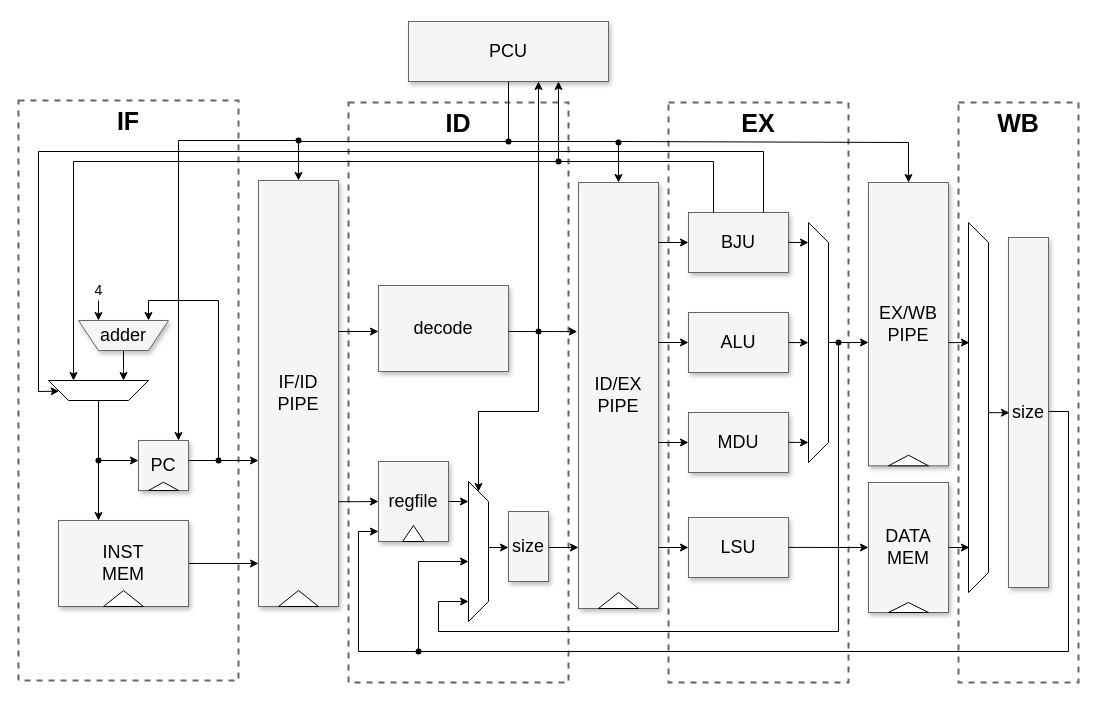
chms7/k423 keeps this draw.io diagram as doc/.assets/k423.drawio. Above is the earlier version. Source tidied: cells renumbered, new cells numbered last; positions are measured from the earlier drawing's top-left corner, leaving out a move shared by most shapes. Both pictures are drawn from the tidied source at 100%, with x=0, y=0 at pixel (18, 21).
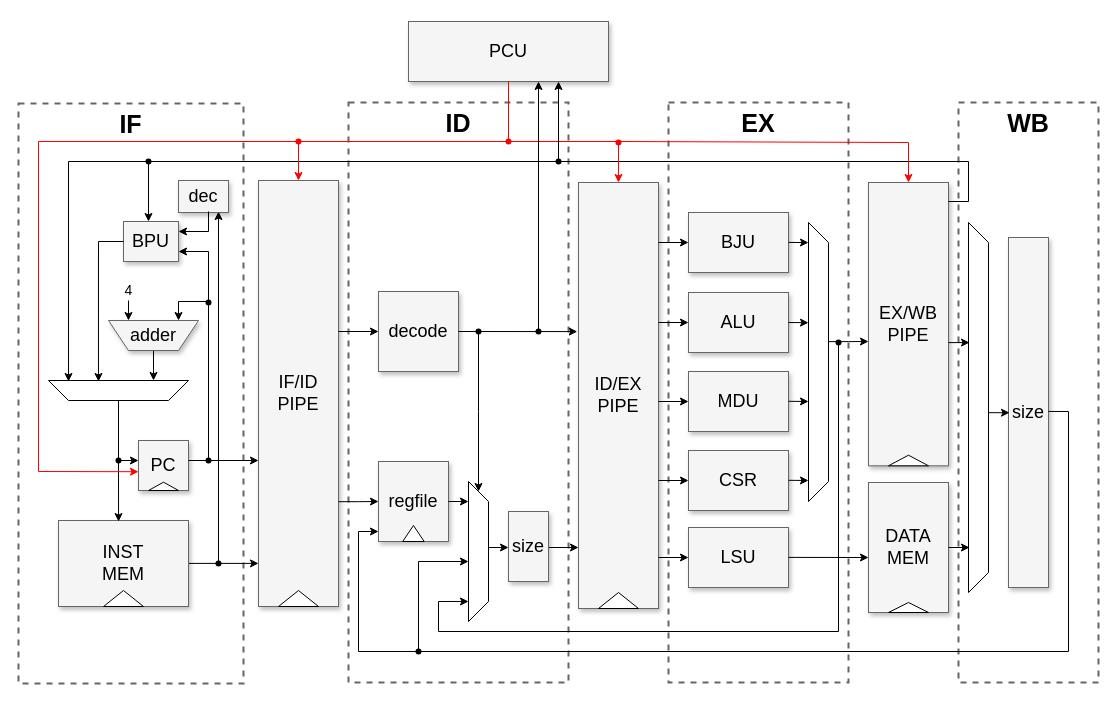
The same page after the edit.

The change refers to these unchanged cells:
```xml
<mxCell id="7" value="PC&lt;br&gt;" style="whiteSpace=wrap;html=1;shadow=1;fontSize=18;fillColor=#f5f5f5;strokeColor=#666666;" parent="6" vertex="1">
  <mxGeometry width="50" height="50" as="geometry" />
</mxCell>
<mxCell id="10" value="ID/EX&lt;br&gt;PIPE" style="whiteSpace=wrap;html=1;shadow=1;fontSize=18;fillColor=#f5f5f5;strokeColor=#666666;" parent="9" vertex="1">
  <mxGeometry width="80" height="426" as="geometry" />
</mxCell>
<mxCell id="13" value="IF/ID&lt;br&gt;PIPE" style="whiteSpace=wrap;html=1;shadow=1;fontSize=18;fillColor=#f5f5f5;strokeColor=#666666;" parent="12" vertex="1">
  <mxGeometry width="80" height="426" as="geometry" />
</mxCell>
<mxCell id="16" value="INST&lt;br&gt;MEM" style="whiteSpace=wrap;html=1;shadow=1;fontSize=18;fillColor=#f5f5f5;strokeColor=#666666;" parent="1" vertex="1">
  <mxGeometry x="40" y="499" width="130" height="86" as="geometry" />
</mxCell>
<mxCell id="31" style="shape=trapezoid;perimeter=trapezoidPerimeter;whiteSpace=wrap;html=1;fixedSize=1;fontSize=12;fillColor=default;strokeColor=default;shadow=0;direction=south;" parent="1" vertex="1">
  <mxGeometry x="450" y="460" width="20" height="140" as="geometry" />
</mxCell>
<mxCell id="35" value="BJU" style="whiteSpace=wrap;html=1;shadow=1;fontSize=18;fillColor=#f5f5f5;strokeColor=#666666;" parent="1" vertex="1">
  <mxGeometry x="670" y="191" width="100" height="60" as="geometry" />
</mxCell>
<mxCell id="43" value="PCU" style="whiteSpace=wrap;html=1;shadow=1;fontSize=18;fillColor=#f5f5f5;strokeColor=#666666;" parent="1" vertex="1">
  <mxGeometry x="390" width="200" height="60" as="geometry" />
</mxCell>
<mxCell id="46" value="DATA&lt;br&gt;MEM" style="whiteSpace=wrap;html=1;shadow=1;fontSize=18;fillColor=#f5f5f5;strokeColor=#666666;" parent="45" vertex="1">
  <mxGeometry width="80" height="130" as="geometry" />
</mxCell>
<mxCell id="49" value="EX/WB&lt;br&gt;PIPE" style="whiteSpace=wrap;html=1;shadow=1;fontSize=18;fillColor=#f5f5f5;strokeColor=#666666;" parent="48" vertex="1">
  <mxGeometry width="80" height="283.3" as="geometry" />
</mxCell>
<mxCell id="80" style="shape=waypoint;sketch=0;fillStyle=solid;size=6;points=[];fillColor=none;perimeter=centerPerimeter;snapToPoint=1;" parent="1" vertex="1">
  <mxGeometry x="510" y="300" width="20" height="20" as="geometry" />
</mxCell>
```

Change to the diagram source:
```diff
@@
     <mxCell id="2" value="&lt;b style=&quot;font-size: 25px;&quot;&gt;WB&lt;br&gt;&lt;br&gt;&lt;br&gt;&lt;br&gt;&lt;br&gt;&lt;br&gt;&lt;br&gt;&lt;br&gt;&lt;br&gt;&lt;br&gt;&lt;br&gt;&lt;br&gt;&lt;br&gt;&lt;br&gt;&lt;br&gt;&lt;br&gt;&lt;br&gt;&lt;br&gt;&lt;br&gt;&lt;/b&gt;" style="whiteSpace=wrap;html=1;shadow=0;fontSize=20;fillColor=none;strokeColor=#666666;strokeWidth=2;dashed=1;" parent="1" vertex="1">
-      <mxGeometry x="940" y="81" width="120" height="580" as="geometry" />
+      <mxGeometry x="940" y="81" width="140" height="580" as="geometry" />
     </mxCell>
@@
     <mxCell id="5" value="&lt;b style=&quot;font-size: 25px;&quot;&gt;IF&lt;br&gt;&lt;br&gt;&lt;br&gt;&lt;br&gt;&lt;br&gt;&lt;br&gt;&lt;br&gt;&lt;br&gt;&lt;br&gt;&lt;br&gt;&lt;br&gt;&lt;br&gt;&lt;br&gt;&lt;br&gt;&lt;br&gt;&lt;br&gt;&lt;br&gt;&lt;br&gt;&lt;br&gt;&lt;/b&gt;" style="whiteSpace=wrap;html=1;shadow=0;fontSize=20;fillColor=none;strokeColor=#666666;strokeWidth=2;dashed=1;" parent="1" vertex="1">
-      <mxGeometry y="79" width="220" height="580" as="geometry" />
+      <mxGeometry y="82" width="225" height="580" as="geometry" />
     </mxCell>
@@
-    <mxCell id="15" style="edgeStyle=orthogonalEdgeStyle;rounded=0;jettySize=auto;html=1;entryX=0;entryY=0.899;entryDx=0;entryDy=0;entryPerimeter=0;" parent="1" edge="1" source="16" target="13">
-      <mxGeometry relative="1" as="geometry" />
+    <mxCell id="15" style="edgeStyle=orthogonalEdgeStyle;rounded=0;orthogonalLoop=1;jettySize=auto;html=1;entryX=0;entryY=0.899;entryDx=0;entryDy=0;entryPerimeter=0;" parent="1" edge="1">
+      <mxGeometry relative="1" as="geometry">
+        <mxPoint x="170" y="541.9" as="sourcePoint" />
+        <mxPoint x="240" y="541.9" as="targetPoint" />
+      </mxGeometry>
     </mxCell>
@@
-    <mxCell id="17" style="edgeStyle=orthogonalEdgeStyle;rounded=0;jettySize=auto;html=1;" parent="1" edge="1" source="18">
-      <mxGeometry relative="1" as="geometry">
-        <mxPoint x="80" y="499" as="targetPoint" />
-      </mxGeometry>
+    <mxCell id="17" style="edgeStyle=orthogonalEdgeStyle;rounded=0;jettySize=auto;html=1;entryX=0.462;entryY=0.012;entryDx=0;entryDy=0;entryPerimeter=0;" parent="1" edge="1" source="18" target="16">
+      <mxGeometry relative="1" as="geometry" />
     </mxCell>
     <mxCell id="18" style="shape=trapezoid;perimeter=trapezoidPerimeter;whiteSpace=wrap;html=1;fixedSize=1;fontSize=12;fillColor=default;strokeColor=default;shadow=0;direction=west;" parent="1" vertex="1">
-      <mxGeometry x="30" y="359" width="100" height="20" as="geometry" />
+      <mxGeometry x="30" y="359" width="140" height="20" as="geometry" />
     </mxCell>
     <mxCell id="19" style="edgeStyle=orthogonalEdgeStyle;rounded=0;jettySize=auto;html=1;entryX=0.15;entryY=1;entryDx=0;entryDy=0;entryPerimeter=0;" parent="1" edge="1" source="20">
       <mxGeometry relative="1" as="geometry">
-        <mxPoint x="105" y="359" as="targetPoint" />
+        <mxPoint x="135" y="359" as="targetPoint" />
       </mxGeometry>
     </mxCell>
     <mxCell id="20" value="adder" style="shape=trapezoid;perimeter=trapezoidPerimeter;whiteSpace=wrap;html=1;fixedSize=1;fontSize=18;fillColor=#f5f5f5;strokeColor=#666666;shadow=1;direction=west;" parent="1" vertex="1">
-      <mxGeometry x="60" y="299" width="90" height="30" as="geometry" />
+      <mxGeometry x="90" y="299" width="90" height="30" as="geometry" />
     </mxCell>
     <mxCell id="21" style="endArrow=classic;html=1;rounded=0;entryX=0;entryY=0.4;entryDx=0;entryDy=0;entryPerimeter=0;" parent="1" edge="1" target="7">
       <mxGeometry relative="1" as="geometry">
-        <mxPoint x="80" y="439" as="sourcePoint" />
+        <mxPoint x="100" y="439" as="sourcePoint" />
       </mxGeometry>
     </mxCell>
@@
-    <mxCell id="23" style="shape=waypoint;sketch=0;fillStyle=solid;size=6;fillColor=none;perimeter=centerPerimeter;" parent="1" vertex="1">
-      <mxGeometry x="70" y="429" width="20" height="20" as="geometry" />
-    </mxCell>
-    <mxCell id="24" style="endArrow=classic;html=1;rounded=0;entryX=0.222;entryY=1;entryDx=0;entryDy=0;entryPerimeter=0;" parent="1" edge="1" target="20">
+    <mxCell id="24" style="endArrow=classic;html=1;rounded=0;entryX=0.222;entryY=1;entryDx=0;entryDy=0;entryPerimeter=0;exitX=-0.238;exitY=1.291;exitDx=0;exitDy=0;exitPerimeter=0;" parent="1" edge="1" source="85" target="20">
       <mxGeometry relative="1" as="geometry">
-        <mxPoint x="200" y="439" as="sourcePoint" />
         <Array as="points">
-          <mxPoint x="200" y="279" />
-          <mxPoint x="130" y="279" />
+          <mxPoint x="190" y="280" />
+          <mxPoint x="160" y="280" />
         </Array>
       </mxGeometry>
     </mxCell>
     <mxCell id="25" style="endArrow=classic;html=1;rounded=0;entryX=0.778;entryY=1;entryDx=0;entryDy=0;entryPerimeter=0;" parent="1" edge="1" target="20">
       <mxGeometry relative="1" as="geometry">
-        <mxPoint x="80" y="279" as="sourcePoint" />
+        <mxPoint x="110" y="279" as="sourcePoint" />
       </mxGeometry>
     </mxCell>
@@
     <mxCell id="27" value="decode" style="whiteSpace=wrap;html=1;shadow=1;fontSize=18;fillColor=#f5f5f5;strokeColor=#666666;" parent="1" vertex="1">
-      <mxGeometry x="360" y="264" width="130" height="86" as="geometry" />
+      <mxGeometry x="360" y="270" width="80" height="80" as="geometry" />
     </mxCell>
@@
-    <mxCell id="34" style="endArrow=classic;html=1;rounded=0;entryX=-0.015;entryY=0.35;entryDx=0;entryDy=0;entryPerimeter=0;" parent="1" edge="1" target="10">
-      <mxGeometry relative="1" as="geometry">
-        <mxPoint x="490" y="310" as="sourcePoint" />
-      </mxGeometry>
+    <mxCell id="34" style="endArrow=classic;html=1;rounded=0;entryX=-0.015;entryY=0.35;entryDx=0;entryDy=0;entryPerimeter=0;exitX=1;exitY=0.5;exitDx=0;exitDy=0;" parent="1" edge="1" source="27" target="10">
+      <mxGeometry relative="1" as="geometry" />
     </mxCell>
@@
     <mxCell id="37" value="ALU" style="whiteSpace=wrap;html=1;shadow=1;fontSize=18;fillColor=#f5f5f5;strokeColor=#666666;" parent="1" vertex="1">
-      <mxGeometry x="670" y="291" width="100" height="60" as="geometry" />
+      <mxGeometry x="670" y="271" width="100" height="60" as="geometry" />
     </mxCell>
     <mxCell id="38" style="endArrow=classic;html=1;rounded=0;entryX=0;entryY=0.5;entryDx=0;entryDy=0;" parent="1" edge="1" target="37">
       <mxGeometry relative="1" as="geometry">
-        <mxPoint x="640" y="321" as="sourcePoint" />
+        <mxPoint x="640" y="301" as="sourcePoint" />
       </mxGeometry>
     </mxCell>
     <mxCell id="39" value="MDU" style="whiteSpace=wrap;html=1;shadow=1;fontSize=18;fillColor=#f5f5f5;strokeColor=#666666;" parent="1" vertex="1">
-      <mxGeometry x="670" y="391" width="100" height="60" as="geometry" />
+      <mxGeometry x="670" y="350" width="100" height="60" as="geometry" />
     </mxCell>
     <mxCell id="40" style="endArrow=classic;html=1;rounded=0;entryX=0;entryY=0.5;entryDx=0;entryDy=0;" parent="1" edge="1" target="39">
       <mxGeometry relative="1" as="geometry">
-        <mxPoint x="640" y="421" as="sourcePoint" />
+        <mxPoint x="640" y="380" as="sourcePoint" />
       </mxGeometry>
     </mxCell>
     <mxCell id="41" value="LSU" style="whiteSpace=wrap;html=1;shadow=1;fontSize=18;fillColor=#f5f5f5;strokeColor=#666666;" parent="1" vertex="1">
-      <mxGeometry x="670" y="496" width="100" height="60" as="geometry" />
+      <mxGeometry x="670" y="506" width="100" height="60" as="geometry" />
     </mxCell>
     <mxCell id="42" style="endArrow=classic;html=1;rounded=0;entryX=0;entryY=0.5;entryDx=0;entryDy=0;" parent="1" edge="1" target="41">
       <mxGeometry relative="1" as="geometry">
-        <mxPoint x="640" y="526" as="sourcePoint" />
+        <mxPoint x="640" y="536" as="sourcePoint" />
       </mxGeometry>
     </mxCell>
@@
-    <mxCell id="51" style="endArrow=classic;html=1;rounded=0;entryX=0;entryY=0.5;entryDx=0;entryDy=0;" parent="1" edge="1" target="46">
+    <mxCell id="51" style="endArrow=classic;html=1;rounded=0;entryX=0;entryY=0.5;entryDx=0;entryDy=0;" parent="1" edge="1">
       <mxGeometry relative="1" as="geometry">
-        <mxPoint x="770" y="525.9" as="sourcePoint" />
+        <mxPoint x="770" y="535.9" as="sourcePoint" />
+        <mxPoint x="850" y="536" as="targetPoint" />
       </mxGeometry>
     </mxCell>
-    <mxCell id="52" style="edgeStyle=orthogonalEdgeStyle;rounded=0;jettySize=auto;html=1;entryX=0;entryY=0.565;entryDx=0;entryDy=0;entryPerimeter=0;" parent="1" edge="1" source="53" target="49">
-      <mxGeometry relative="1" as="geometry" />
+    <mxCell id="52" style="edgeStyle=orthogonalEdgeStyle;rounded=0;jettySize=auto;html=1;exitX=0.427;exitY=0;exitDx=0;exitDy=0;exitPerimeter=0;" parent="1" edge="1" source="53">
+      <mxGeometry relative="1" as="geometry">
+        <mxPoint x="850" y="320" as="targetPoint" />
+      </mxGeometry>
     </mxCell>
     <mxCell id="53" style="shape=trapezoid;perimeter=trapezoidPerimeter;whiteSpace=wrap;html=1;fixedSize=1;fontSize=12;fillColor=default;strokeColor=default;shadow=0;direction=south;" parent="1" vertex="1">
-      <mxGeometry x="790" y="201" width="20" height="240" as="geometry" />
+      <mxGeometry x="790" y="201" width="20" height="279" as="geometry" />
     </mxCell>
     <mxCell id="54" style="endArrow=classic;html=1;rounded=0;" parent="1" edge="1">
       <mxGeometry relative="1" as="geometry">
-        <mxPoint x="770" y="420.8" as="sourcePoint" />
-        <mxPoint x="790" y="421" as="targetPoint" />
+        <mxPoint x="770" y="379.8" as="sourcePoint" />
+        <mxPoint x="790" y="380" as="targetPoint" />
       </mxGeometry>
     </mxCell>
     <mxCell id="55" style="endArrow=classic;html=1;rounded=0;" parent="1" edge="1">
       <mxGeometry relative="1" as="geometry">
-        <mxPoint x="770" y="321" as="sourcePoint" />
-        <mxPoint x="790" y="321.2" as="targetPoint" />
+        <mxPoint x="770" y="301" as="sourcePoint" />
+        <mxPoint x="790" y="301.2" as="targetPoint" />
       </mxGeometry>
     </mxCell>
@@
-    <mxCell id="58" style="endArrow=classic;html=1;rounded=0;exitX=0.25;exitY=0;exitDx=0;exitDy=0;entryX=0.75;entryY=1;entryDx=0;entryDy=0;" parent="1" edge="1" source="35" target="18">
+    <mxCell id="58" style="endArrow=classic;html=1;rounded=0;entryX=0.857;entryY=0.95;entryDx=0;entryDy=0;entryPerimeter=0;" parent="1" edge="1" target="18">
       <mxGeometry relative="1" as="geometry">
+        <mxPoint x="930" y="180" as="sourcePoint" />
         <Array as="points">
-          <mxPoint x="695" y="140" />
-          <mxPoint x="55" y="140" />
+          <mxPoint x="950" y="180" />
+          <mxPoint x="950" y="140" />
+          <mxPoint x="50" y="140" />
         </Array>
       </mxGeometry>
     </mxCell>
-    <mxCell id="59" style="endArrow=classic;html=1;rounded=0;exitX=0.75;exitY=0;exitDx=0;exitDy=0;" parent="1" edge="1" source="35" target="18">
-      <mxGeometry relative="1" as="geometry">
-        <Array as="points">
-          <mxPoint x="745" y="130" />
-          <mxPoint x="20" y="130" />
-          <mxPoint x="20" y="370" />
-        </Array>
-      </mxGeometry>
-    </mxCell>
@@
-    <mxCell id="72" style="endArrow=classic;html=1;rounded=0;exitX=0.5;exitY=1;exitDx=0;exitDy=0;entryX=0.5;entryY=0;entryDx=0;entryDy=0;" parent="1" edge="1" source="43" target="13">
+    <mxCell id="72" style="endArrow=classic;html=1;rounded=0;exitX=0.5;exitY=1;exitDx=0;exitDy=0;entryX=0.5;entryY=0;entryDx=0;entryDy=0;strokeColor=#FF0000;" parent="1" edge="1" source="43" target="13">
       <mxGeometry relative="1" as="geometry">
         <Array as="points">
           <mxPoint x="490" y="120" />
           <mxPoint x="280" y="120" />
         </Array>
       </mxGeometry>
     </mxCell>
-    <mxCell id="73" style="endArrow=classic;html=1;rounded=0;entryX=0.5;entryY=0;entryDx=0;entryDy=0;" parent="1" edge="1" target="10">
+    <mxCell id="73" style="endArrow=classic;html=1;rounded=0;entryX=0.5;entryY=0;entryDx=0;entryDy=0;strokeColor=#FF0000;" parent="1" edge="1" target="10">
       <mxGeometry relative="1" as="geometry">
         <mxPoint x="490" y="120" as="sourcePoint" />
         <Array as="points">
           <mxPoint x="600" y="120" />
         </Array>
       </mxGeometry>
     </mxCell>
-    <mxCell id="74" style="endArrow=classic;html=1;rounded=0;entryX=0.5;entryY=0;entryDx=0;entryDy=0;" parent="1" edge="1" target="49">
+    <mxCell id="74" style="endArrow=classic;html=1;rounded=0;entryX=0.5;entryY=0;entryDx=0;entryDy=0;strokeColor=#FF0000;" parent="1" edge="1" target="49">
       <mxGeometry relative="1" as="geometry">
         <mxPoint x="600" y="120" as="sourcePoint" />
         <Array as="points">
           <mxPoint x="890" y="121" />
         </Array>
       </mxGeometry>
     </mxCell>
-    <mxCell id="75" style="endArrow=classic;html=1;rounded=0;entryX=0.8;entryY=0;entryDx=0;entryDy=0;entryPerimeter=0;" parent="1" edge="1" target="7">
+    <mxCell id="75" style="endArrow=classic;html=1;rounded=0;entryX=0;entryY=0.624;entryDx=0;entryDy=0;entryPerimeter=0;strokeColor=#FF0000;" parent="1" edge="1" target="7">
       <mxGeometry relative="1" as="geometry">
-        <mxPoint x="280" y="119" as="sourcePoint" />
+        <mxPoint x="280" y="120" as="sourcePoint" />
         <Array as="points">
-          <mxPoint x="160" y="119" />
+          <mxPoint x="20" y="120" />
+          <mxPoint x="20" y="450" />
         </Array>
       </mxGeometry>
     </mxCell>
-    <mxCell id="76" style="shape=waypoint;sketch=0;fillStyle=solid;size=6;fillColor=none;perimeter=centerPerimeter;" parent="1" vertex="1">
-      <mxGeometry x="270" y="109" width="20" height="20" as="geometry" />
+    <mxCell id="76" style="shape=waypoint;sketch=0;fillStyle=solid;size=6;fillColor=none;perimeter=centerPerimeter;labelBackgroundColor=default;endArrow=classic;fontSize=11;rounded=0;strokeColor=#FF0000;" parent="1" vertex="1">
+      <mxGeometry x="270" y="110" width="20" height="20" as="geometry" />
     </mxCell>
-    <mxCell id="77" style="shape=waypoint;sketch=0;fillStyle=solid;size=6;fillColor=none;perimeter=centerPerimeter;" parent="1" vertex="1">
+    <mxCell id="77" style="shape=waypoint;sketch=0;fillStyle=solid;size=6;fillColor=none;perimeter=centerPerimeter;labelBackgroundColor=default;endArrow=classic;fontSize=11;rounded=0;strokeColor=#FF0000;" parent="1" vertex="1">
       <mxGeometry x="480" y="110" width="20" height="20" as="geometry" />
     </mxCell>
-    <mxCell id="78" style="shape=waypoint;sketch=0;fillStyle=solid;size=6;fillColor=none;perimeter=centerPerimeter;" parent="1" vertex="1">
+    <mxCell id="78" style="shape=waypoint;sketch=0;fillStyle=solid;size=6;fillColor=none;perimeter=centerPerimeter;labelBackgroundColor=default;endArrow=classic;fontSize=11;rounded=0;strokeColor=#FF0000;" parent="1" vertex="1">
       <mxGeometry x="590" y="111" width="20" height="20" as="geometry" />
     </mxCell>
@@
-    <mxCell id="83" style="endArrow=classic;html=1;rounded=0;entryX=0;entryY=0.5;entryDx=0;entryDy=0;" parent="1" edge="1" source="80" target="31">
+    <mxCell id="83" style="endArrow=classic;html=1;rounded=0;entryX=0;entryY=0.5;entryDx=0;entryDy=0;" parent="1" edge="1" target="31">
       <mxGeometry relative="1" as="geometry">
+        <mxPoint x="460" y="310" as="sourcePoint" />
         <Array as="points">
-          <mxPoint x="520" y="390" />
           <mxPoint x="460" y="390" />
         </Array>
       </mxGeometry>
     </mxCell>
@@
     <mxCell id="85" style="shape=waypoint;sketch=0;fillStyle=solid;size=6;points=[];fillColor=none;perimeter=centerPerimeter;snapToPoint=1;" parent="1" vertex="1">
-      <mxGeometry x="190" y="429" width="20" height="20" as="geometry" />
+      <mxGeometry x="180" y="429" width="20" height="20" as="geometry" />
     </mxCell>
+    <mxCell id="86" style="endArrow=classic;html=1;rounded=0;exitX=0.596;exitY=0.321;exitDx=0;exitDy=0;exitPerimeter=0;entryX=0.8;entryY=0.969;entryDx=0;entryDy=0;entryPerimeter=0;" parent="1" edge="1" source="89" target="87">
+      <mxGeometry relative="1" as="geometry" />
+    </mxCell>
+    <mxCell id="87" value="dec" style="whiteSpace=wrap;html=1;shadow=1;fontSize=18;fillColor=#f5f5f5;strokeColor=#666666;" parent="1" vertex="1">
+      <mxGeometry x="160" y="159" width="50" height="32" as="geometry" />
+    </mxCell>
+    <mxCell id="88" value="BPU" style="whiteSpace=wrap;html=1;shadow=1;fontSize=18;fillColor=#f5f5f5;strokeColor=#666666;" parent="1" vertex="1">
+      <mxGeometry x="105" y="200" width="55" height="40" as="geometry" />
+    </mxCell>
+    <mxCell id="89" style="shape=waypoint;sketch=0;fillStyle=solid;size=6;points=[];fillColor=none;perimeter=centerPerimeter;snapToPoint=1;" parent="1" vertex="1">
+      <mxGeometry x="190" y="532" width="20" height="20" as="geometry" />
+    </mxCell>
+    <mxCell id="90" style="endArrow=classic;html=1;rounded=0;entryX=1;entryY=0.25;entryDx=0;entryDy=0;exitX=0.6;exitY=0.969;exitDx=0;exitDy=0;exitPerimeter=0;" parent="1" edge="1" source="87" target="88">
+      <mxGeometry relative="1" as="geometry">
+        <Array as="points">
+          <mxPoint x="190" y="210" />
+        </Array>
+      </mxGeometry>
+    </mxCell>
+    <mxCell id="91" style="endArrow=classic;html=1;rounded=0;entryX=0.643;entryY=0.95;entryDx=0;entryDy=0;entryPerimeter=0;exitX=0;exitY=0.5;exitDx=0;exitDy=0;" parent="1" edge="1" source="88" target="18">
+      <mxGeometry relative="1" as="geometry">
+        <Array as="points">
+          <mxPoint x="80" y="220" />
+        </Array>
+      </mxGeometry>
+    </mxCell>
+    <mxCell id="92" style="endArrow=classic;html=1;rounded=0;" parent="1" edge="1">
+      <mxGeometry relative="1" as="geometry">
+        <mxPoint x="130" y="140" as="sourcePoint" />
+        <mxPoint x="130" y="200" as="targetPoint" />
+      </mxGeometry>
+    </mxCell>
+    <mxCell id="93" style="shape=waypoint;sketch=0;fillStyle=solid;size=6;fillColor=none;perimeter=centerPerimeter;" parent="1" vertex="1">
+      <mxGeometry x="120" y="130" width="20" height="20" as="geometry" />
+    </mxCell>
+    <mxCell id="94" value="CSR" style="whiteSpace=wrap;html=1;shadow=1;fontSize=18;fillColor=#f5f5f5;strokeColor=#666666;" parent="1" vertex="1">
+      <mxGeometry x="670" y="429" width="100" height="60" as="geometry" />
+    </mxCell>
+    <mxCell id="95" style="endArrow=classic;html=1;rounded=0;entryX=0;entryY=0.5;entryDx=0;entryDy=0;" parent="1" edge="1" target="94">
+      <mxGeometry relative="1" as="geometry">
+        <mxPoint x="640" y="459" as="sourcePoint" />
+      </mxGeometry>
+    </mxCell>
+    <mxCell id="96" style="endArrow=classic;html=1;rounded=0;" parent="1" edge="1">
+      <mxGeometry relative="1" as="geometry">
+        <mxPoint x="770" y="458.8" as="sourcePoint" />
+        <mxPoint x="790" y="459" as="targetPoint" />
+      </mxGeometry>
+    </mxCell>
+    <mxCell id="97" style="shape=waypoint;sketch=0;fillStyle=solid;size=6;fillColor=none;perimeter=centerPerimeter;" parent="1" vertex="1">
+      <mxGeometry x="450" y="300" width="20" height="20" as="geometry" />
+    </mxCell>
+    <mxCell id="98" style="shape=waypoint;sketch=0;fillStyle=solid;size=6;fillColor=none;perimeter=centerPerimeter;" parent="1" vertex="1">
+      <mxGeometry x="90" y="429" width="20" height="20" as="geometry" />
+    </mxCell>
+    <mxCell id="99" style="shape=waypoint;sketch=0;fillStyle=solid;size=6;points=[];fillColor=none;perimeter=centerPerimeter;snapToPoint=1;" parent="1" vertex="1">
+      <mxGeometry x="180" y="271" width="20" height="20" as="geometry" />
+    </mxCell>
+    <mxCell id="100" style="endArrow=classic;html=1;rounded=0;exitX=0.464;exitY=0.166;exitDx=0;exitDy=0;exitPerimeter=0;entryX=1;entryY=0.75;entryDx=0;entryDy=0;" parent="1" edge="1" source="99" target="88">
+      <mxGeometry relative="1" as="geometry">
+        <Array as="points">
+          <mxPoint x="190" y="230" />
+        </Array>
+      </mxGeometry>
+    </mxCell>
```
